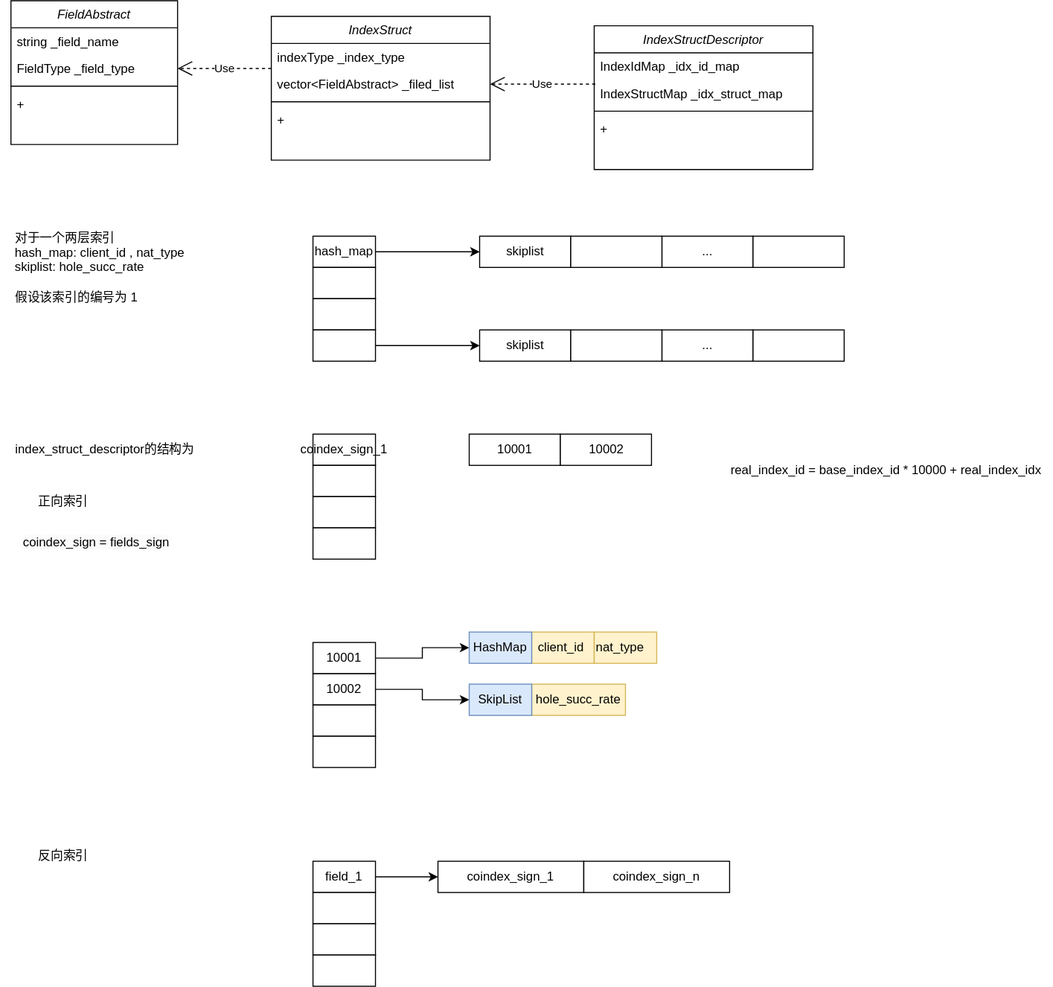
Above: index_struct模块设计.drawio.svg in gaochenxi/drawio (draw.io), before the change. Source tidied: cells renumbered, new cells last; positions are measured from the earlier drawing's top-left corner, leaving out a move shared by most shapes.
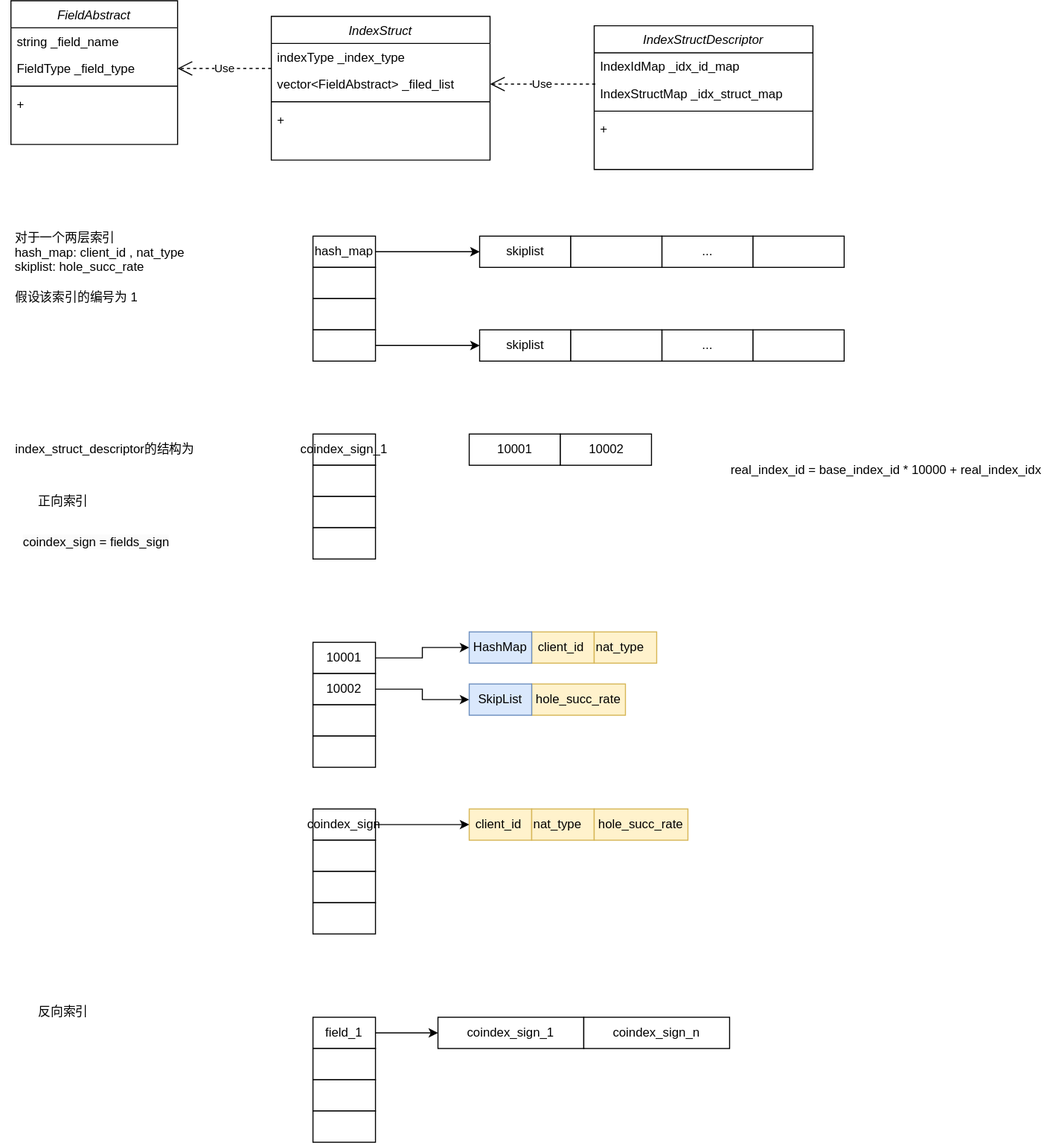
After the commit.

Commit message:
更新index_struct模块设计.drawio.svg

Diff of the diagram source:
```diff
@@ -174,13 +174,13 @@
       <mxGeometry x="690" y="436" width="320" height="30" as="geometry" />
     </mxCell>
     <mxCell id="59" value="&lt;div style=&quot;text-align: left;&quot;&gt;反向索引&lt;/div&gt;" style="text;html=1;align=center;verticalAlign=middle;strokeColor=none;fillColor=none;" parent="1" vertex="1">
-      <mxGeometry x="25" y="806" width="70" height="30" as="geometry" />
+      <mxGeometry x="25" y="956" width="70" height="30" as="geometry" />
     </mxCell>
     <mxCell id="60" value="&lt;div style=&quot;text-align: left;&quot;&gt;正向索引&lt;/div&gt;" style="text;html=1;align=center;verticalAlign=middle;strokeColor=none;fillColor=none;" parent="1" vertex="1">
       <mxGeometry x="25" y="466" width="70" height="30" as="geometry" />
     </mxCell>
     <mxCell id="61" style="group;" parent="1" vertex="1">
-      <mxGeometry x="300" y="826" width="60" height="120" as="geometry" />
+      <mxGeometry x="300" y="976" width="60" height="120" as="geometry" />
     </mxCell>
     <mxCell id="62" value="field_1" style="rounded=0;whiteSpace=wrap;html=1;" parent="61" vertex="1">
       <mxGeometry width="60" height="30" as="geometry" />
@@ -195,16 +195,43 @@
       <mxGeometry y="90" width="60" height="30" as="geometry" />
     </mxCell>
     <mxCell id="66" value="coindex_sign_1" style="rounded=0;whiteSpace=wrap;html=1;" parent="1" vertex="1">
-      <mxGeometry x="420" y="826" width="140" height="30" as="geometry" />
+      <mxGeometry x="420" y="976" width="140" height="30" as="geometry" />
     </mxCell>
     <mxCell id="67" style="endArrow=classic;html=1;rounded=0;edgeStyle=elbowEdgeStyle;entryX=0;entryY=0.5;entryDx=0;entryDy=0;exitX=1;exitY=0.5;exitDx=0;exitDy=0;" parent="1" edge="1" source="62" target="66">
       <mxGeometry relative="1" as="geometry" />
     </mxCell>
     <mxCell id="68" value="coindex_sign_n" style="rounded=0;whiteSpace=wrap;html=1;" parent="1" vertex="1">
-      <mxGeometry x="560" y="826" width="140" height="30" as="geometry" />
+      <mxGeometry x="560" y="976" width="140" height="30" as="geometry" />
     </mxCell>
     <mxCell id="69" value="&lt;span style=&quot;color: rgb(0, 0, 0); font-family: Helvetica; font-size: 12px; font-style: normal; font-variant-ligatures: normal; font-variant-caps: normal; font-weight: 400; letter-spacing: normal; orphans: 2; text-align: center; text-indent: 0px; text-transform: none; widows: 2; word-spacing: 0px; -webkit-text-stroke-width: 0px; background-color: rgb(251, 251, 251); text-decoration-thickness: initial; text-decoration-style: initial; text-decoration-color: initial; float: none; display: inline !important;&quot;&gt;coindex_sign = fields_sign&lt;/span&gt;" style="text;whiteSpace=wrap;html=1;" parent="1" vertex="1">
       <mxGeometry x="20" y="506" width="160" height="40" as="geometry" />
     </mxCell>
+    <mxCell id="70" style="group;" parent="1" vertex="1">
+      <mxGeometry x="300" y="776" width="60" height="120" as="geometry" />
+    </mxCell>
+    <mxCell id="71" value="coindex_sign" style="rounded=0;whiteSpace=wrap;html=1;" parent="70" vertex="1">
+      <mxGeometry width="60" height="30" as="geometry" />
+    </mxCell>
+    <mxCell id="72" style="rounded=0;whiteSpace=wrap;html=1;" parent="70" vertex="1">
+      <mxGeometry y="30" width="60" height="30" as="geometry" />
+    </mxCell>
+    <mxCell id="73" style="rounded=0;whiteSpace=wrap;html=1;" parent="70" vertex="1">
+      <mxGeometry y="60" width="60" height="30" as="geometry" />
+    </mxCell>
+    <mxCell id="74" style="rounded=0;whiteSpace=wrap;html=1;" parent="70" vertex="1">
+      <mxGeometry y="90" width="60" height="30" as="geometry" />
+    </mxCell>
+    <mxCell id="75" value="&lt;div style=&quot;text-align: left;&quot;&gt;&lt;span style=&quot;background-color: initial;&quot;&gt;client_id&amp;nbsp;&lt;/span&gt;&lt;/div&gt;" style="rounded=0;whiteSpace=wrap;html=1;fillColor=#fff2cc;strokeColor=#d6b656;" parent="1" vertex="1">
+      <mxGeometry x="450" y="776" width="60" height="30" as="geometry" />
+    </mxCell>
+    <mxCell id="76" value="nat_type" style="rounded=0;whiteSpace=wrap;html=1;align=left;fillColor=#fff2cc;strokeColor=#d6b656;" parent="1" vertex="1">
+      <mxGeometry x="510" y="776" width="60" height="30" as="geometry" />
+    </mxCell>
+    <mxCell id="77" value="&lt;div style=&quot;text-align: left;&quot;&gt;&lt;span style=&quot;background-color: initial;&quot;&gt;hole_succ_rate&lt;/span&gt;&lt;/div&gt;" style="rounded=0;whiteSpace=wrap;html=1;fillColor=#fff2cc;strokeColor=#d6b656;" parent="1" vertex="1">
+      <mxGeometry x="570" y="776" width="90" height="30" as="geometry" />
+    </mxCell>
+    <mxCell id="78" style="endArrow=classic;html=1;rounded=0;exitX=1;exitY=0.5;exitDx=0;exitDy=0;edgeStyle=elbowEdgeStyle;entryX=0;entryY=0.5;entryDx=0;entryDy=0;" parent="1" edge="1" source="71" target="75">
+      <mxGeometry relative="1" as="geometry" />
+    </mxCell>
   </root>
 </mxGraphModel>
```
